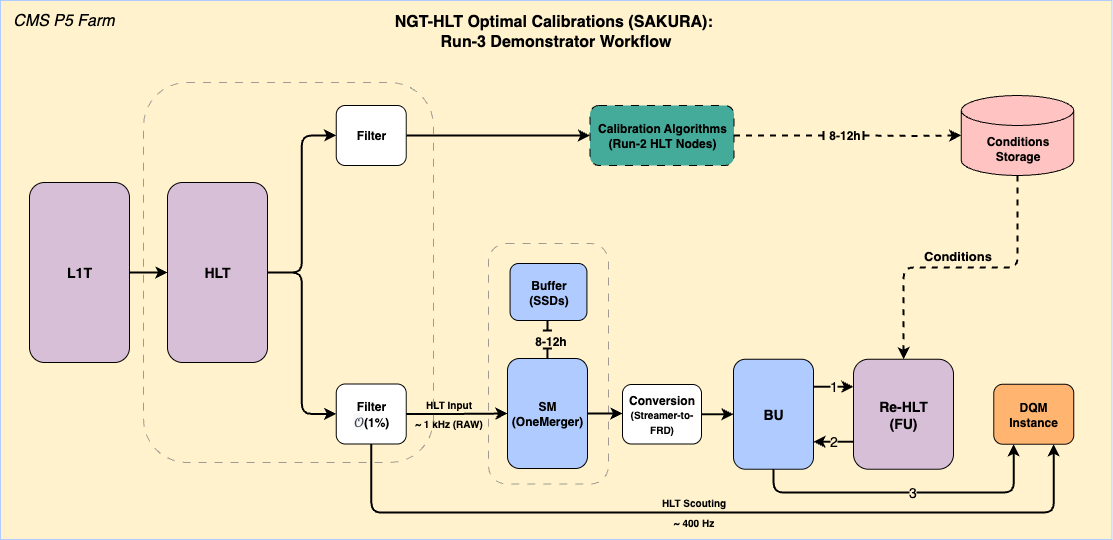
cms-ngt-hlt/sakura keeps this draw.io diagram as images/NGT_OptimalCalibrations-SAKURA_HLTTestStand-Demonstrator_Workflow.png. Above is the earlier version. Source tidied: cells renumbered, new cells last; positions are measured from the earlier drawing's top-left corner, leaving out a move shared by most shapes.
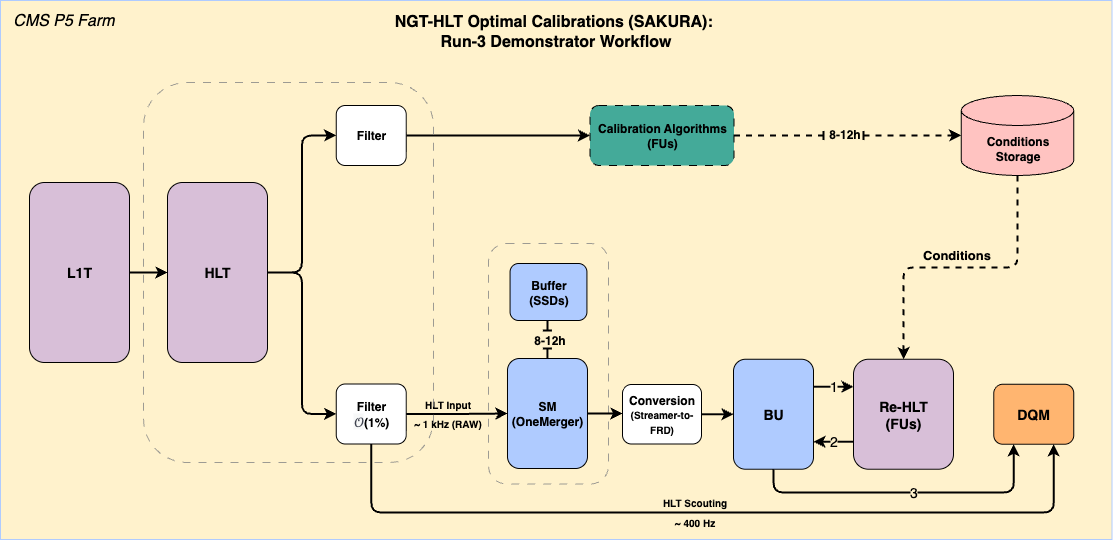
The same file after the commit.

Commit message:
Update to latest NGT demonstrator schematics

Diff of the diagram source:
```diff
@@ -5,7 +5,7 @@
     <mxCell id="2" style="rounded=0;whiteSpace=wrap;html=1;fillColor=#FFF2CC;strokeColor=light-dark(#afcbff, #5c79a3);fillStyle=solid;" parent="1" vertex="1">
       <mxGeometry width="1111.5" height="539" as="geometry" />
     </mxCell>
-    <mxCell id="3" value="&lt;div&gt;&lt;b style=&quot;&quot;&gt;&lt;font style=&quot;font-size: 14px;&quot;&gt;Re-HLT&lt;/font&gt;&lt;/b&gt;&lt;/div&gt;&lt;b style=&quot;&quot;&gt;&lt;font style=&quot;font-size: 14px;&quot;&gt;(FU)&lt;/font&gt;&lt;/b&gt;" style="rounded=1;whiteSpace=wrap;html=1;rotation=0;fillColor=#D8BFD8;fontColor=default;strokeColor=default;" parent="1" vertex="1">
+    <mxCell id="3" value="&lt;div&gt;&lt;b style=&quot;&quot;&gt;&lt;font style=&quot;font-size: 14px;&quot;&gt;Re-HLT&lt;/font&gt;&lt;/b&gt;&lt;/div&gt;&lt;b style=&quot;&quot;&gt;&lt;font style=&quot;font-size: 14px;&quot;&gt;(FUs)&lt;/font&gt;&lt;/b&gt;" style="rounded=1;whiteSpace=wrap;html=1;rotation=0;fillColor=#D8BFD8;fontColor=default;strokeColor=default;" parent="1" vertex="1">
       <mxGeometry x="853" y="358.8" width="100" height="110" as="geometry" />
     </mxCell>
     <mxCell id="4" style="edgeStyle=orthogonalEdgeStyle;rounded=0;jettySize=auto;html=1;exitX=1;exitY=0.5;exitDx=0;exitDy=0;strokeWidth=2;strokeColor=default;endArrow=baseDash;endFill=0;dashed=1;" parent="1" edge="1" source="5">
@@ -13,7 +13,7 @@
         <mxPoint x="823" y="135" as="targetPoint" />
       </mxGeometry>
     </mxCell>
-    <mxCell id="5" value="&lt;b&gt;&lt;font&gt;Calibration Algorithms&lt;/font&gt;&lt;/b&gt;&lt;div&gt;&lt;b&gt;&lt;font&gt;(Run-2 HLT Nodes)&lt;/font&gt;&lt;/b&gt;&lt;/div&gt;" style="rounded=1;whiteSpace=wrap;html=1;rotation=0;fillColor=#44AA99;strokeColor=default;dashed=1;dashPattern=8 8;fontColor=default;" parent="1" vertex="1">
+    <mxCell id="5" value="&lt;b&gt;&lt;font&gt;Calibration Algorithms&lt;/font&gt;&lt;/b&gt;&lt;div&gt;&lt;b&gt;&lt;font&gt;(FUs)&lt;/font&gt;&lt;/b&gt;&lt;/div&gt;" style="rounded=1;whiteSpace=wrap;html=1;rotation=0;fillColor=#44AA99;strokeColor=default;dashed=1;dashPattern=8 8;fontColor=default;" parent="1" vertex="1">
       <mxGeometry x="589.5" y="105" width="144" height="60" as="geometry" />
     </mxCell>
     <mxCell id="6" style="edgeStyle=orthogonalEdgeStyle;rounded=1;jettySize=auto;html=1;exitX=0.5;exitY=1;exitDx=0;exitDy=0;exitPerimeter=0;strokeColor=default;strokeWidth=2;dashed=1;curved=0;entryX=0.5;entryY=0;entryDx=0;entryDy=0;" parent="1" edge="1" source="9" target="3">
@@ -30,7 +30,7 @@
     <mxCell id="9" value="&lt;b&gt;Conditions&lt;/b&gt;&lt;div&gt;&lt;b&gt;Storage&lt;/b&gt;&lt;/div&gt;" style="shape=cylinder3;whiteSpace=wrap;html=1;boundedLbl=1;backgroundOutline=1;size=15;fillColor=#FFC3C1;strokeColor=default;" parent="1" vertex="1">
       <mxGeometry x="960.8" y="95" width="112.5" height="80" as="geometry" />
     </mxCell>
-    <mxCell id="10" value="&lt;b&gt;DQM&lt;/b&gt;&lt;div&gt;&lt;b&gt;Instance&lt;/b&gt;&lt;/div&gt;" style="rounded=1;whiteSpace=wrap;html=1;rotation=0;fillColor=#FFB570;fontColor=#000000;strokeColor=#000000;" parent="1" vertex="1">
+    <mxCell id="10" value="&lt;b&gt;&lt;font style=&quot;font-size: 14px;&quot;&gt;DQM&lt;/font&gt;&lt;/b&gt;" style="rounded=1;whiteSpace=wrap;html=1;rotation=0;fillColor=#FFB570;fontColor=#000000;strokeColor=#000000;" parent="1" vertex="1">
       <mxGeometry x="993.2" y="383.8" width="80" height="60" as="geometry" />
     </mxCell>
     <mxCell id="11" value="&lt;font style=&quot;font-size: 12px;&quot;&gt;&lt;b style=&quot;font-size: 12px;&quot;&gt;8-12h&lt;/b&gt;&lt;/font&gt;" style="edgeLabel;html=1;align=center;verticalAlign=middle;labelBackgroundColor=none;fontColor=default;fontSize=12;spacingTop=-25;" parent="1" vertex="1">
```
